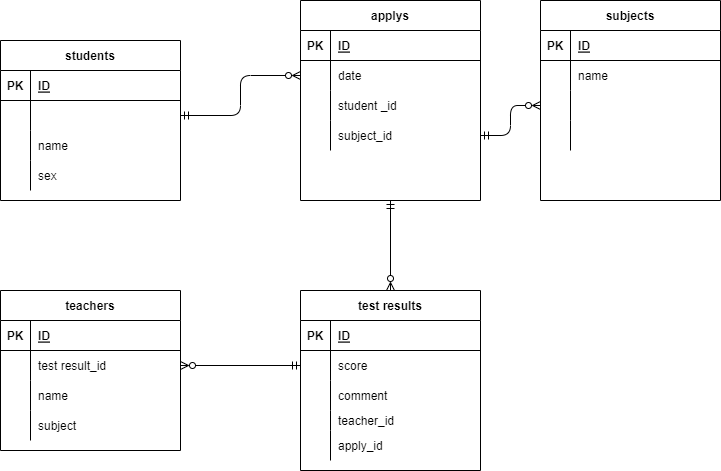
This is index2.drawio.png from MISAKI0512/ER-, a draw.io export, as it was before one commit. Source tidied: cells renumbered, new cells last; positions are measured from the earlier drawing's top-left corner, leaving out a move shared by most shapes.
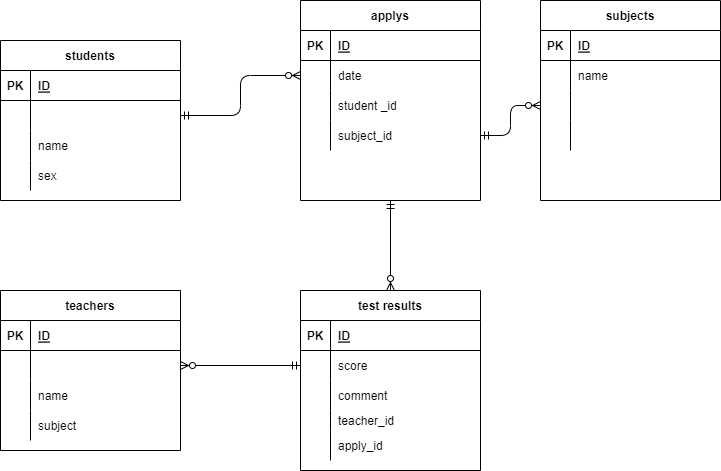
After the commit.

Change to the diagram source:
```diff
@@ -98,7 +98,7 @@
     <mxCell id="33" style="shape=partialRectangle;fillColor=none;top=0;left=0;bottom=0;right=0;overflow=hidden;" parent="32" vertex="1">
       <mxGeometry width="30" height="30" as="geometry" />
     </mxCell>
-    <mxCell id="34" value="test result_id" style="shape=partialRectangle;fillColor=none;top=0;left=0;bottom=0;right=0;align=left;spacingLeft=6;overflow=hidden;" parent="32" vertex="1">
+    <mxCell id="34" style="shape=partialRectangle;fillColor=none;top=0;left=0;bottom=0;right=0;align=left;spacingLeft=6;overflow=hidden;" parent="32" vertex="1">
       <mxGeometry x="30" width="150" height="30" as="geometry" />
     </mxCell>
     <mxCell id="35" style="shape=partialRectangle;fillColor=none;top=0;left=0;bottom=0;right=0;" parent="28" vertex="1">
```
